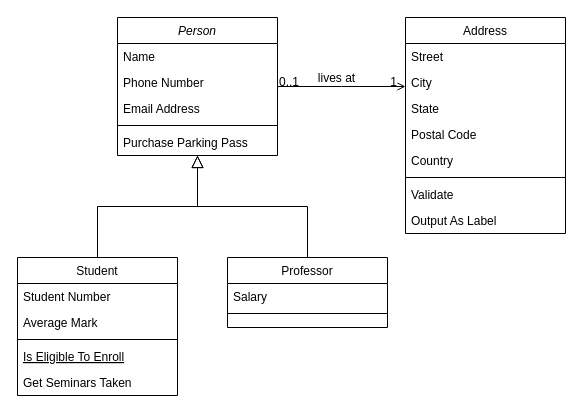
Earlier version of the draw.io diagram 未命名绘图.drawio (NealCou/00Git). Source tidied: cells renumbered, new cells numbered last; positions are measured from the earlier drawing's top-left corner, leaving out a move shared by most shapes. Both pictures are drawn from the tidied source at 100%, with x=0, y=0 at pixel (17, 17).
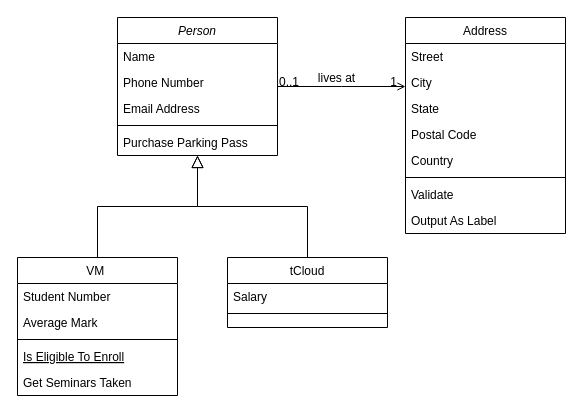
The same page after the edit.

The edit, as a diff of the source:
```diff
@@
-    <mxCell id="8" value="Student" style="swimlane;fontStyle=0;align=center;verticalAlign=top;horizontal=1;startSize=26;rounded=0;shadow=0;strokeWidth=1;" parent="1" vertex="1">
+    <mxCell id="8" value="VM " style="swimlane;fontStyle=0;align=center;verticalAlign=top;horizontal=1;startSize=26;rounded=0;shadow=0;strokeWidth=1;" parent="1" vertex="1">
       <mxGeometry y="240" width="160" height="138" as="geometry" />
     </mxCell>
@@
-    <mxCell id="15" value="Professor" style="swimlane;fontStyle=0;align=center;verticalAlign=top;horizontal=1;startSize=26;rounded=0;shadow=0;strokeWidth=1;" parent="1" vertex="1">
+    <mxCell id="15" value="tCloud" style="swimlane;fontStyle=0;align=center;verticalAlign=top;horizontal=1;startSize=26;rounded=0;shadow=0;strokeWidth=1;" parent="1" vertex="1">
       <mxGeometry x="210" y="240" width="160" height="70" as="geometry" />
     </mxCell>
```
